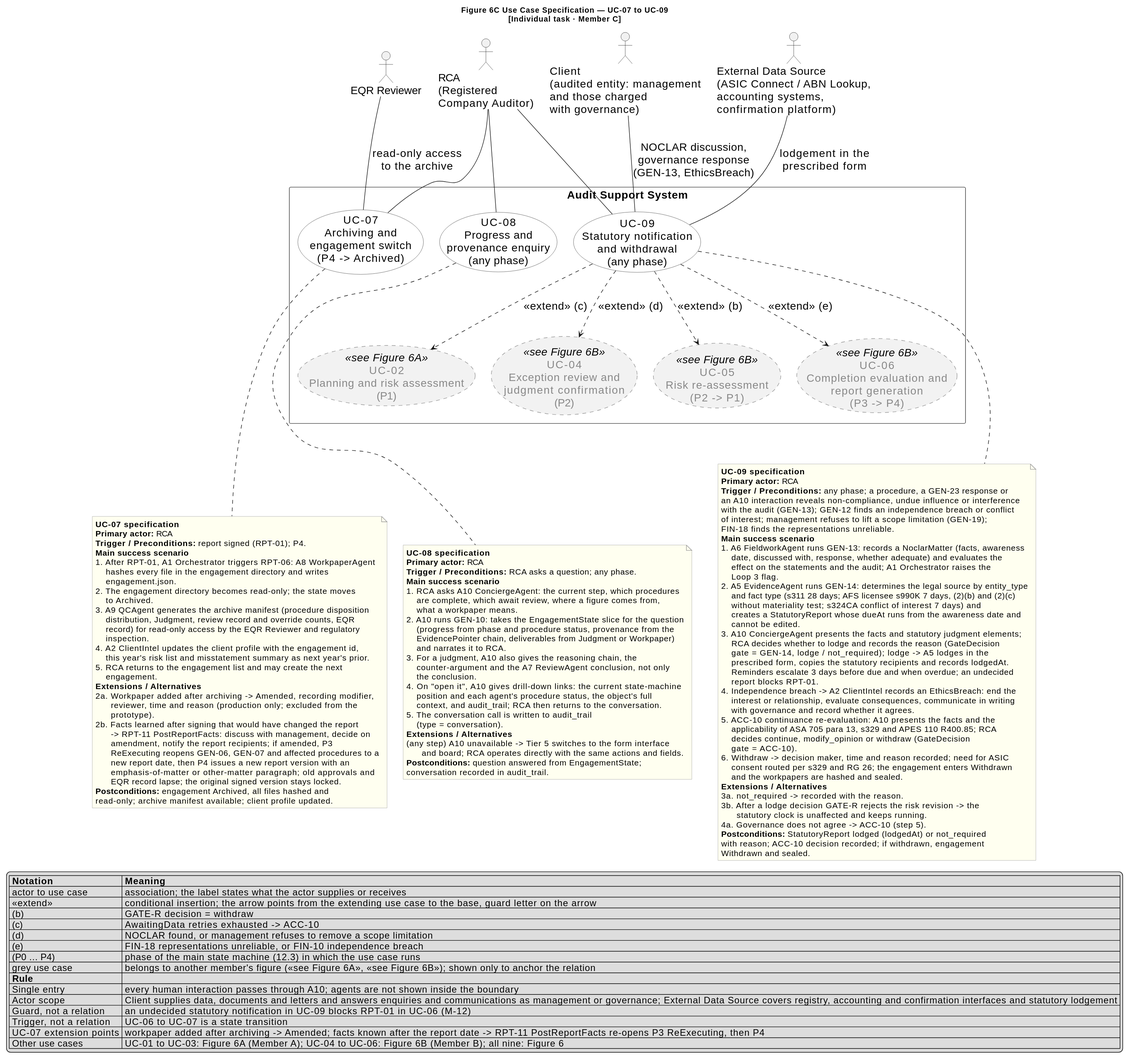
Above: diagrams/out/usecase_spec_member_c.svg in SilverHim/audit-agent (PlantUML), before the change. The source it was exported from:
```plantuml
@startuml
title Figure 6C  Use Case Specification — UC-07 to UC-09\n[Individual task · Member C]

skinparam shadowing false
skinparam defaultFontSize 20
skinparam packageStyle rectangle
skinparam nodesep 30
skinparam ranksep 90
skinparam usecase {
  BackgroundColor #FFFFFF
  BorderColor #333333
}
skinparam rectangle {
  BorderColor #333333
  BackgroundColor #FFFFFF
}
skinparam note {
  FontSize 15
  BackgroundColor #FFFFF0
  BorderColor #999999
}
skinparam legend {
  FontSize 17
}

actor "EQR Reviewer" as EQR
actor "RCA\n(Registered\nCompany Auditor)" as RCA
actor "Client\n(audited entity: management\nand those charged\nwith governance)" as CL
actor "External Data Source\n(ASIC Connect / ABN Lookup,\naccounting systems,\nconfirmation platform)" as EXT

rectangle "Audit Support System" as SYS {
  usecase "UC-07\nArchiving and\nengagement switch\n(P4 -> Archived)" as UC07
  usecase "UC-08\nProgress and\nprovenance enquiry\n(any phase)" as UC08
  usecase "UC-09\nStatutory notification\nand withdrawal\n(any phase)" as UC09
  usecase "UC-02\nPlanning and risk assessment\n(P1)" as UC02 <<see Figure 6A>> #F2F2F2;line:999999;text:888888;line.dashed
  usecase "UC-04\nException review and\njudgment confirmation\n(P2)" as UC04 <<see Figure 6B>> #F2F2F2;line:999999;text:888888;line.dashed
  usecase "UC-05\nRisk re-assessment\n(P2 -> P1)" as UC05 <<see Figure 6B>> #F2F2F2;line:999999;text:888888;line.dashed
  usecase "UC-06\nCompletion evaluation and\nreport generation\n(P3 -> P4)" as UC06 <<see Figure 6B>> #F2F2F2;line:999999;text:888888;line.dashed
}

RCA -- UC07
RCA -- UC08
RCA -- UC09

CL -- UC09 : NOCLAR discussion,\ngovernance response\n(GEN-13, EthicsBreach)
EXT -- UC09 : lodgement in the\nprescribed form
EQR -- UC07 : read-only access\nto the archive

UC09 .down.> UC05 : <<extend>> (b)
UC09 .down.> UC02 : <<extend>> (c)
UC09 .down.> UC04 : <<extend>> (d)
UC09 .down.> UC06 : <<extend>> (e)

note as N07
**UC-07 specification**
**Primary actor:** RCA
**Trigger / Preconditions:** report signed (RPT-01); P4.
**Main success scenario**
1. After RPT-01, A1 Orchestrator triggers RPT-06: A8 WorkpaperAgent
    hashes every file in the engagement directory and writes
    engagement.json.
2. The engagement directory becomes read-only; the state moves
    to Archived.
3. A9 QCAgent generates the archive manifest (procedure disposition
    distribution, Judgment, review record and override counts, EQR
    record) for read-only access by the EQR Reviewer and regulatory
    inspection.
4. A2 ClientIntel updates the client profile with the engagement id,
    this year's risk list and misstatement summary as next year's prior.
5. RCA returns to the engagement list and may create the next
    engagement.
**Extensions / Alternatives**
2a. Workpaper added after archiving -> Amended, recording modifier,
      reviewer, time and reason (production only; excluded from the
      prototype).
2b. Facts learned after signing that would have changed the report
      -> RPT-11 PostReportFacts: discuss with management, decide on
      amendment, notify the report recipients; if amended, P3
      ReExecuting reopens GEN-06, GEN-07 and affected procedures to a
      new report date, then P4 issues a new report version with an
      emphasis-of-matter or other-matter paragraph; old approvals and
      EQR record lapse; the original signed version stays locked.
**Postconditions:** engagement Archived, all files hashed and
read-only; archive manifest available; client profile updated.
end note

note as N08
**UC-08 specification**
**Primary actor:** RCA
**Trigger / Preconditions:** RCA asks a question; any phase.
**Main success scenario**
1. RCA asks A10 ConciergeAgent: the current step, which procedures
    are complete, which await review, where a figure comes from,
    what a workpaper means.
2. A10 runs GEN-10: takes the EngagementState slice for the question
    (progress from phase and procedure status, provenance from the
    EvidencePointer chain, deliverables from Judgment or Workpaper)
    and narrates it to RCA.
3. For a judgment, A10 also gives the reasoning chain, the
    counter-argument and the A7 ReviewAgent conclusion, not only
    the conclusion.
4. On "open it", A10 gives drill-down links: the current state-machine
    position and each agent's procedure status, the object's full
    context, and audit_trail; RCA then returns to the conversation.
5. The conversation call is written to audit_trail
    (type = conversation).
**Extensions / Alternatives**
(any step) A10 unavailable -> Tier 5 switches to the form interface
      and board; RCA operates directly with the same actions and fields.
**Postconditions:** question answered from EngagementState;
conversation recorded in audit_trail.
end note

note as N09
**UC-09 specification**
**Primary actor:** RCA
**Trigger / Preconditions:** any phase; a procedure, a GEN-23 response or
an A10 interaction reveals non-compliance, undue influence or interference
with the audit (GEN-13); GEN-12 finds an independence breach or conflict
of interest; management refuses to lift a scope limitation (GEN-19);
FIN-18 finds the representations unreliable.
**Main success scenario**
1. A6 FieldworkAgent runs GEN-13: records a NoclarMatter (facts, awareness
    date, discussed with, response, whether adequate) and evaluates the
    effect on the statements and the audit; A1 Orchestrator raises the
    Loop 3 flag.
2. A5 EvidenceAgent runs GEN-14: determines the legal source by entity_type
    and fact type (s311 28 days; AFS licensee s990K 7 days, (2)(b) and (2)(c)
    without materiality test; s324CA conflict of interest 7 days) and
    creates a StatutoryReport whose dueAt runs from the awareness date and
    cannot be edited.
3. A10 ConciergeAgent presents the facts and statutory judgment elements;
    RCA decides whether to lodge and records the reason (GateDecision
    gate = GEN-14, lodge / not_required); lodge -> A5 lodges in the
    prescribed form, copies the statutory recipients and records lodgedAt.
    Reminders escalate 3 days before due and when overdue; an undecided
    report blocks RPT-01.
4. Independence breach -> A2 ClientIntel records an EthicsBreach: end the
    interest or relationship, evaluate consequences, communicate in writing
    with governance and record whether it agrees.
5. ACC-10 continuance re-evaluation: A10 presents the facts and the
    applicability of ASA 705 para 13, s329 and APES 110 R400.85; RCA
    decides continue, modify_opinion or withdraw (GateDecision
    gate = ACC-10).
6. Withdraw -> decision maker, time and reason recorded; need for ASIC
    consent routed per s329 and RG 26; the engagement enters Withdrawn
    and the workpapers are hashed and sealed.
**Extensions / Alternatives**
3a. not_required -> recorded with the reason.
3b. After a lodge decision GATE-R rejects the risk revision -> the
      statutory clock is unaffected and keeps running.
4a. Governance does not agree -> ACC-10 (step 5).
**Postconditions:** StatutoryReport lodged (lodgedAt) or not_required
with reason; ACC-10 decision recorded; if withdrawn, engagement
Withdrawn and sealed.
end note

UC07 .down.. N07
UC08 .down.. N08
UC09 .down.. N09

legend right
  |= Notation |= Meaning |
  | actor to use case | association; the label states what the actor supplies or receives |
  | <<extend>> | conditional insertion; the arrow points from the extending use case to the base, guard letter on the arrow |
  | (b) | GATE-R decision = withdraw |
  | (c) | AwaitingData retries exhausted -> ACC-10 |
  | (d) | NOCLAR found, or management refuses to remove a scope limitation |
  | (e) | FIN-18 representations unreliable, or FIN-10 independence breach |
  | (P0 … P4) | phase of the main state machine (12.3) in which the use case runs |
  | grey use case | belongs to another member's figure (<<see Figure 6A>>, <<see Figure 6B>>); shown only to anchor the relation |
  |= Rule |= |
  | Single entry | every human interaction passes through A10; agents are not shown inside the boundary |
  | Actor scope | Client supplies data, documents and letters and answers enquiries and communications as management or governance; External Data Source covers registry, accounting and confirmation interfaces and statutory lodgement |
  | Guard, not a relation | an undecided statutory notification in UC-09 blocks RPT-01 in UC-06 (M-12) |
  | Trigger, not a relation | UC-06 to UC-07 is a state transition |
  | UC-07 extension points | workpaper added after archiving -> Amended; facts known after the report date -> RPT-11 PostReportFacts re-opens P3 ReExecuting, then P4 |
  | Other use cases | UC-01 to UC-03: Figure 6A (Member A); UC-04 to UC-06: Figure 6B (Member B); all nine: Figure 6 |
endlegend

EQR -[hidden]right- RCA
RCA -[hidden]right- CL
CL -[hidden]right- EXT
UC07 -[hidden]right- UC08
UC08 -[hidden]right- UC09
UC06 -[hidden]down- N09
N07 -[hidden]right- N08
N08 -[hidden]right- N09
@enduml
```
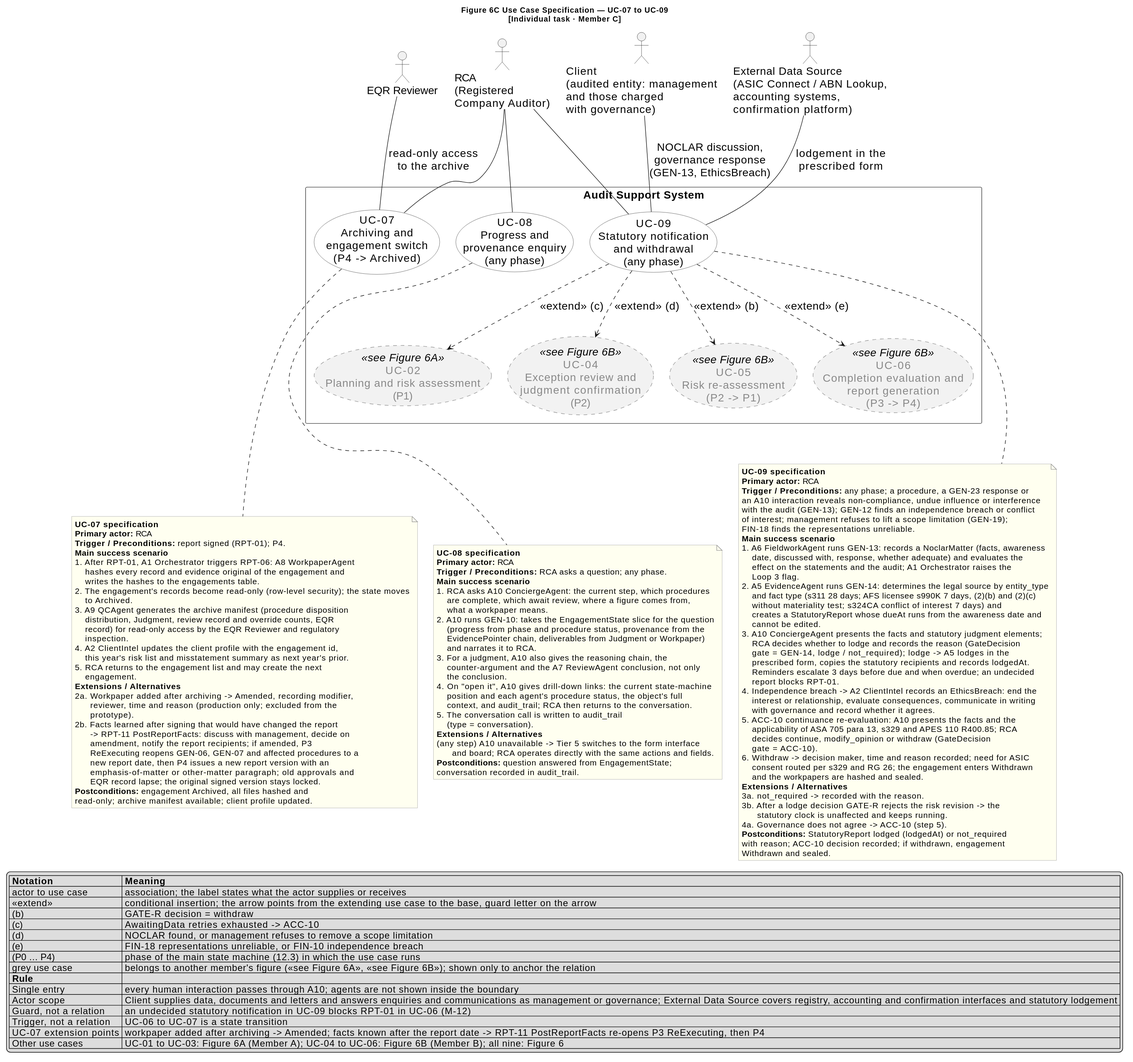
Above is the later version.

What changed in the source:
```diff
@@ -57,9 +57,9 @@
 **Trigger / Preconditions:** report signed (RPT-01); P4.
 **Main success scenario**
 1. After RPT-01, A1 Orchestrator triggers RPT-06: A8 WorkpaperAgent
-    hashes every file in the engagement directory and writes
-    engagement.json.
-2. The engagement directory becomes read-only; the state moves
+    hashes every record and evidence original of the engagement and
+    writes the hashes to the engagements table.
+2. The engagement's records become read-only (row-level security); the state moves
     to Archived.
 3. A9 QCAgent generates the archive manifest (procedure disposition
     distribution, Judgment, review record and override counts, EQR
```
